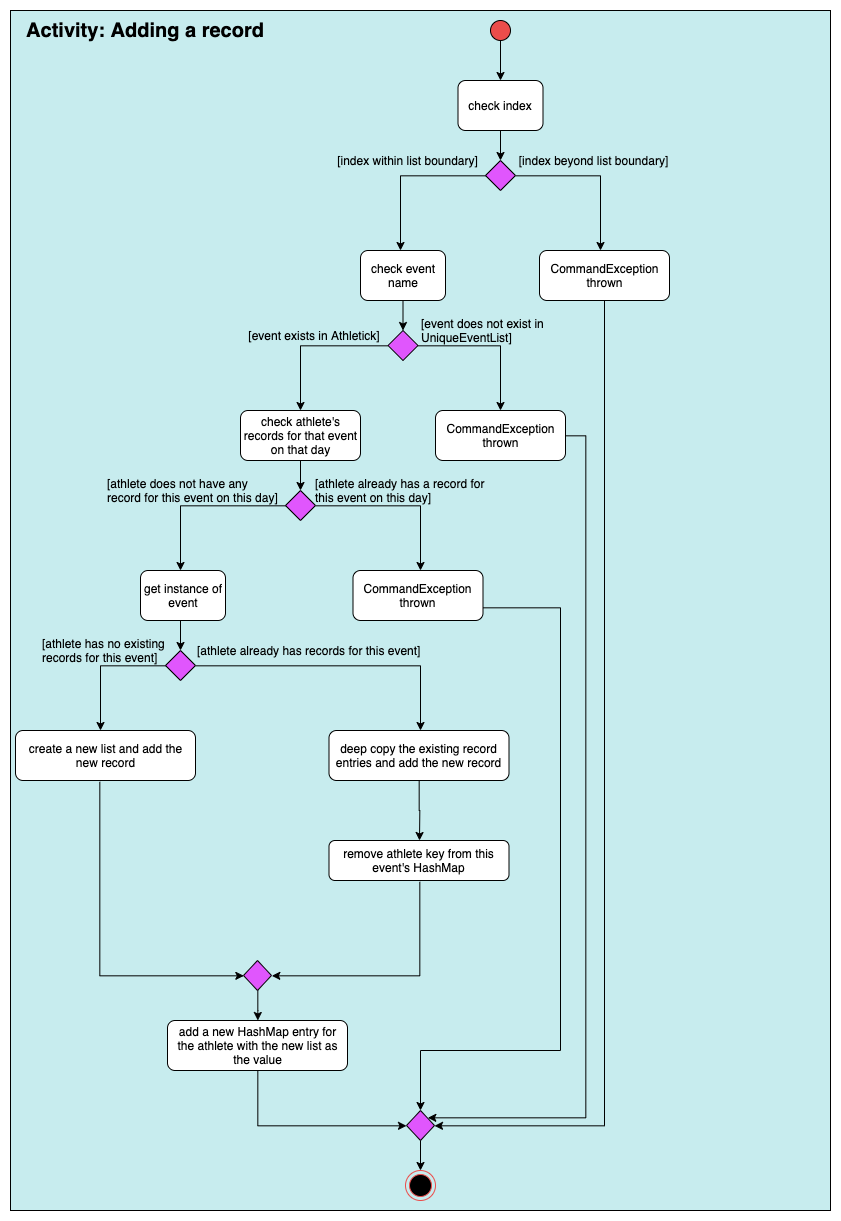
Above: docs/images/addrecord_activitydiagram.png in nus-cs2103-AY1920S1/addressbook-level3 (draw.io), before the change. Source tidied: cells renumbered, new cells last; positions are measured from the earlier drawing's top-left corner, leaving out a move shared by most shapes.
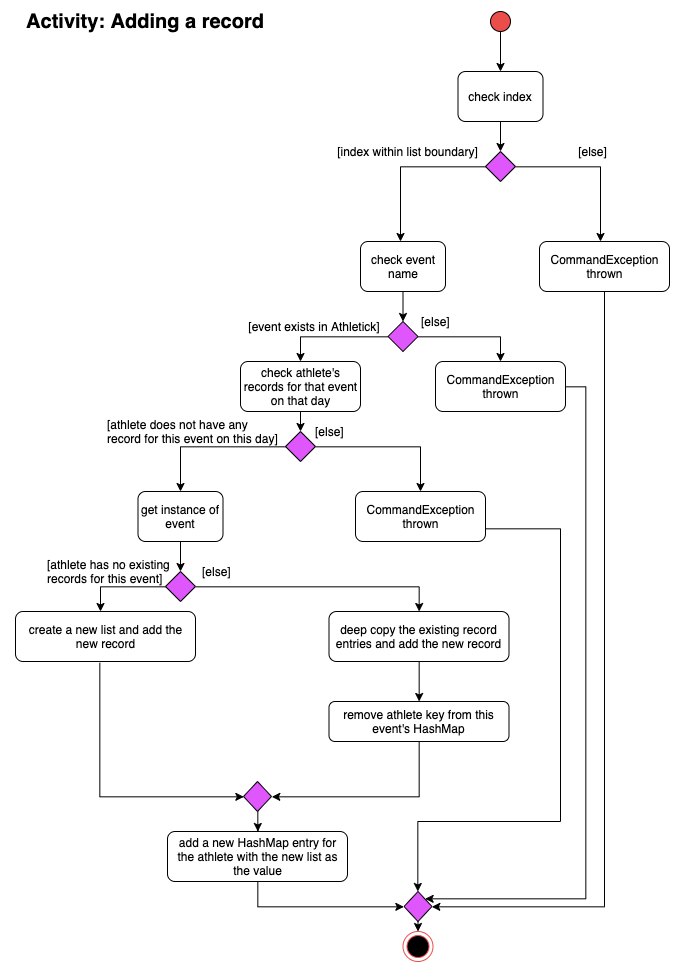
The same diagram one commit later.

Commit message:
Resize activity diagram from DG

The edit, as a diff of the source:
```diff
@@ -2,9 +2,6 @@
   <root>
     <mxCell id="0" />
     <mxCell id="1" parent="0" />
-    <mxCell id="2" value="x#7ed6df" style="rounded=0;whiteSpace=wrap;html=1;strokeColor=#000000;fillColor=#c7ecee;" parent="1" vertex="1">
-      <mxGeometry width="820" height="1200" as="geometry" />
-    </mxCell>
     <mxCell id="3" value="check index" style="rounded=1;whiteSpace=wrap;html=1;" parent="1" vertex="1">
       <mxGeometry x="447.5" y="70" width="85" height="50" as="geometry" />
     </mxCell>
@@ -33,21 +30,17 @@
     <mxCell id="10" value="[index within list boundary]" style="text;html=1;strokeColor=none;fillColor=none;align=center;verticalAlign=middle;whiteSpace=wrap;rounded=0;" parent="1" vertex="1">
       <mxGeometry x="320" y="140" width="155" height="20" as="geometry" />
     </mxCell>
-    <mxCell id="11" value="[index beyond list boundary]" style="text;html=1;strokeColor=none;fillColor=none;align=center;verticalAlign=middle;whiteSpace=wrap;rounded=0;" parent="1" vertex="1">
+    <mxCell id="11" value="[else]" style="text;html=1;strokeColor=none;fillColor=none;align=center;verticalAlign=middle;whiteSpace=wrap;rounded=0;" parent="1" vertex="1">
       <mxGeometry x="505" y="140" width="155" height="20" as="geometry" />
     </mxCell>
     <mxCell id="12" value="check event name" style="rounded=1;whiteSpace=wrap;html=1;" parent="1" vertex="1">
       <mxGeometry x="350" y="240" width="85" height="50" as="geometry" />
     </mxCell>
-    <mxCell id="13" style="edgeStyle=orthogonalEdgeStyle;rounded=0;jettySize=auto;html=1;exitX=0;exitY=0.5;exitDx=0;exitDy=0;" parent="1" edge="1" source="15">
-      <mxGeometry relative="1" as="geometry">
-        <mxPoint x="290" y="400" as="targetPoint" />
-      </mxGeometry>
+    <mxCell id="13" style="edgeStyle=orthogonalEdgeStyle;rounded=0;jettySize=auto;html=1;exitX=0;exitY=0.5;exitDx=0;exitDy=0;entryX=0.5;entryY=0;entryDx=0;entryDy=0;" parent="1" edge="1" source="15" target="19">
+      <mxGeometry relative="1" as="geometry" />
     </mxCell>
-    <mxCell id="14" style="edgeStyle=orthogonalEdgeStyle;rounded=0;jettySize=auto;html=1;exitX=1;exitY=0.5;exitDx=0;exitDy=0;" parent="1" edge="1" source="15">
-      <mxGeometry relative="1" as="geometry">
-        <mxPoint x="490" y="400" as="targetPoint" />
-      </mxGeometry>
+    <mxCell id="14" style="edgeStyle=orthogonalEdgeStyle;rounded=0;jettySize=auto;html=1;exitX=1;exitY=0.5;exitDx=0;exitDy=0;entryX=0.5;entryY=0;entryDx=0;entryDy=0;" parent="1" edge="1" source="15" target="46">
+      <mxGeometry relative="1" as="geometry" />
     </mxCell>
     <mxCell id="15" style="rhombus;whiteSpace=wrap;html=1;strokeColor=#000000;fillColor=#e056fd;" parent="1" vertex="1">
       <mxGeometry x="377.5" y="320" width="30" height="30" as="geometry" />
@@ -58,96 +51,76 @@
     <mxCell id="17" value="[event exists in Athletick]" style="text;html=1;strokeColor=none;fillColor=none;align=center;verticalAlign=middle;whiteSpace=wrap;rounded=0;" parent="1" vertex="1">
       <mxGeometry x="227.5" y="315" width="150" height="20" as="geometry" />
     </mxCell>
-    <mxCell id="18" value="[event does not exist in UniqueEventList]" style="text;html=1;strokeColor=none;fillColor=none;align=left;verticalAlign=middle;whiteSpace=wrap;rounded=0;" parent="1" vertex="1">
+    <mxCell id="18" value="[else]" style="text;html=1;strokeColor=none;fillColor=none;align=left;verticalAlign=middle;whiteSpace=wrap;rounded=0;" parent="1" vertex="1">
       <mxGeometry x="408.5" y="310" width="163" height="20" as="geometry" />
     </mxCell>
     <mxCell id="19" value="check athlete's records for that event on that day" style="rounded=1;whiteSpace=wrap;html=1;" parent="1" vertex="1">
-      <mxGeometry x="230" y="400" width="120" height="50" as="geometry" />
+      <mxGeometry x="230" y="360" width="120" height="50" as="geometry" />
     </mxCell>
-    <mxCell id="20" style="endArrow=classic;html=1;exitX=0.5;exitY=1;exitDx=0;exitDy=0;" parent="1" edge="1" source="19">
-      <mxGeometry relative="1" as="geometry">
-        <mxPoint x="290" y="480" as="targetPoint" />
-      </mxGeometry>
-    </mxCell>
-    <mxCell id="21" style="edgeStyle=orthogonalEdgeStyle;rounded=0;jettySize=auto;html=1;exitX=0;exitY=0.5;exitDx=0;exitDy=0;" parent="1" edge="1" source="23">
-      <mxGeometry relative="1" as="geometry">
-        <mxPoint x="170" y="560" as="targetPoint" />
-      </mxGeometry>
+    <mxCell id="21" style="edgeStyle=orthogonalEdgeStyle;rounded=0;jettySize=auto;html=1;exitX=0;exitY=0.5;exitDx=0;exitDy=0;entryX=0.5;entryY=0;entryDx=0;entryDy=0;" parent="1" edge="1" source="23" target="27">
+      <mxGeometry relative="1" as="geometry" />
     </mxCell>
-    <mxCell id="22" style="edgeStyle=orthogonalEdgeStyle;rounded=0;jettySize=auto;html=1;exitX=1;exitY=0.5;exitDx=0;exitDy=0;" parent="1" edge="1" source="23">
-      <mxGeometry relative="1" as="geometry">
-        <mxPoint x="410" y="560" as="targetPoint" />
-      </mxGeometry>
+    <mxCell id="22" style="edgeStyle=orthogonalEdgeStyle;rounded=0;jettySize=auto;html=1;exitX=1;exitY=0.5;exitDx=0;exitDy=0;entryX=0.5;entryY=0;entryDx=0;entryDy=0;" parent="1" edge="1" source="23" target="48">
+      <mxGeometry relative="1" as="geometry" />
     </mxCell>
-    <mxCell id="23" style="rhombus;whiteSpace=wrap;html=1;strokeColor=#000000;fillColor=#e056fd;" parent="1" vertex="1">
-      <mxGeometry x="275" y="480" width="30" height="30" as="geometry" />
-    </mxCell>
     <mxCell id="24" value="[athlete does not have any record for this event on this day]" style="text;html=1;strokeColor=none;fillColor=none;align=left;verticalAlign=middle;whiteSpace=wrap;rounded=0;" parent="1" vertex="1">
-      <mxGeometry x="95" y="470" width="180" height="20" as="geometry" />
+      <mxGeometry x="95" y="420" width="180" height="20" as="geometry" />
     </mxCell>
-    <mxCell id="25" value="[athlete already has a record for this event on this day]" style="text;html=1;strokeColor=none;fillColor=none;align=left;verticalAlign=middle;whiteSpace=wrap;rounded=0;" parent="1" vertex="1">
-      <mxGeometry x="302.5" y="470" width="180" height="20" as="geometry" />
+    <mxCell id="25" value="[else]" style="text;html=1;strokeColor=none;fillColor=none;align=left;verticalAlign=middle;whiteSpace=wrap;rounded=0;" parent="1" vertex="1">
+      <mxGeometry x="302.5" y="420" width="180" height="20" as="geometry" />
     </mxCell>
-    <mxCell id="26" style="endArrow=classic;html=1;" parent="1" edge="1">
-      <mxGeometry relative="1" as="geometry">
-        <mxPoint x="170" y="610" as="sourcePoint" />
-        <mxPoint x="170" y="640" as="targetPoint" />
-      </mxGeometry>
-    </mxCell>
     <mxCell id="27" value="get instance of event" style="rounded=1;whiteSpace=wrap;html=1;" parent="1" vertex="1">
-      <mxGeometry x="130" y="560" width="85" height="50" as="geometry" />
+      <mxGeometry x="127.5" y="490" width="85" height="50" as="geometry" />
     </mxCell>
     <mxCell id="28" style="edgeStyle=orthogonalEdgeStyle;rounded=0;jettySize=auto;html=1;exitX=0;exitY=0.5;exitDx=0;exitDy=0;" parent="1" edge="1" source="30">
       <mxGeometry relative="1" as="geometry">
-        <mxPoint x="90" y="720" as="targetPoint" />
+        <mxPoint x="90" y="610" as="targetPoint" />
       </mxGeometry>
     </mxCell>
-    <mxCell id="29" style="edgeStyle=orthogonalEdgeStyle;rounded=0;jettySize=auto;html=1;exitX=1;exitY=0.5;exitDx=0;exitDy=0;" parent="1" edge="1" source="30">
-      <mxGeometry relative="1" as="geometry">
-        <mxPoint x="410" y="720" as="targetPoint" />
-      </mxGeometry>
+    <mxCell id="29" style="edgeStyle=orthogonalEdgeStyle;rounded=0;jettySize=auto;html=1;exitX=1;exitY=0.5;exitDx=0;exitDy=0;entryX=0.5;entryY=0;entryDx=0;entryDy=0;" parent="1" edge="1" source="30" target="34">
+      <mxGeometry relative="1" as="geometry" />
     </mxCell>
+    <mxCell id="53" style="edgeStyle=orthogonalEdgeStyle;rounded=0;jettySize=auto;html=1;exitX=0.5;exitY=0;exitDx=0;exitDy=0;entryX=0.5;entryY=1;entryDx=0;entryDy=0;startArrow=classic;startFill=1;endArrow=none;endFill=0;" parent="1" edge="1" source="30" target="27">
+      <mxGeometry relative="1" as="geometry" />
+    </mxCell>
     <mxCell id="30" style="rhombus;whiteSpace=wrap;html=1;strokeColor=#000000;fillColor=#e056fd;" parent="1" vertex="1">
-      <mxGeometry x="155" y="640" width="30" height="30" as="geometry" />
+      <mxGeometry x="155" y="570" width="30" height="30" as="geometry" />
     </mxCell>
-    <mxCell id="31" value="[athlete already has records for this event]" style="text;html=1;strokeColor=none;fillColor=none;align=left;verticalAlign=middle;whiteSpace=wrap;rounded=0;" parent="1" vertex="1">
-      <mxGeometry x="185" y="630" width="235" height="20" as="geometry" />
+    <mxCell id="31" value="[else]" style="text;html=1;strokeColor=none;fillColor=none;align=left;verticalAlign=middle;whiteSpace=wrap;rounded=0;" parent="1" vertex="1">
+      <mxGeometry x="190" y="560" width="235" height="20" as="geometry" />
     </mxCell>
     <mxCell id="32" value="[athlete has no existing records for this event]" style="text;html=1;strokeColor=none;fillColor=none;align=left;verticalAlign=middle;whiteSpace=wrap;rounded=0;" parent="1" vertex="1">
-      <mxGeometry x="30" y="630" width="150" height="20" as="geometry" />
+      <mxGeometry x="35" y="560" width="150" height="20" as="geometry" />
     </mxCell>
-    <mxCell id="33" style="edgeStyle=orthogonalEdgeStyle;rounded=0;jettySize=auto;html=1;exitX=0.5;exitY=1;exitDx=0;exitDy=0;" parent="1" edge="1" source="34">
-      <mxGeometry relative="1" as="geometry">
-        <mxPoint x="409" y="830" as="targetPoint" />
-      </mxGeometry>
+    <mxCell id="33" style="edgeStyle=orthogonalEdgeStyle;rounded=0;jettySize=auto;html=1;exitX=0.5;exitY=1;exitDx=0;exitDy=0;entryX=0.5;entryY=0;entryDx=0;entryDy=0;" parent="1" edge="1" source="34" target="37">
+      <mxGeometry relative="1" as="geometry" />
     </mxCell>
     <mxCell id="34" value="deep copy the existing record entries and add the new record" style="rounded=1;whiteSpace=wrap;html=1;" parent="1" vertex="1">
-      <mxGeometry x="318.5" y="720" width="180" height="50" as="geometry" />
+      <mxGeometry x="318.5" y="610" width="180" height="50" as="geometry" />
     </mxCell>
     <mxCell id="35" value="create a new list and add the new record" style="rounded=1;whiteSpace=wrap;html=1;" parent="1" vertex="1">
-      <mxGeometry x="5" y="720" width="180" height="50" as="geometry" />
+      <mxGeometry x="5" y="610" width="180" height="50" as="geometry" />
     </mxCell>
     <mxCell id="36" style="edgeStyle=orthogonalEdgeStyle;rounded=0;jettySize=auto;html=1;exitX=0.467;exitY=1.02;exitDx=0;exitDy=0;exitPerimeter=0;entryX=0;entryY=0.5;entryDx=0;entryDy=0;" parent="1" edge="1" source="35" target="42">
       <mxGeometry relative="1" as="geometry">
         <Array as="points">
-          <mxPoint x="89" y="965" />
+          <mxPoint x="89" y="795" />
         </Array>
       </mxGeometry>
     </mxCell>
     <mxCell id="37" value="remove athlete key from this event's HashMap" style="rounded=1;whiteSpace=wrap;html=1;" parent="1" vertex="1">
-      <mxGeometry x="318.5" y="830" width="180" height="40" as="geometry" />
+      <mxGeometry x="318.5" y="700" width="180" height="40" as="geometry" />
     </mxCell>
     <mxCell id="38" style="edgeStyle=orthogonalEdgeStyle;rounded=0;jettySize=auto;html=1;exitX=0.5;exitY=1;exitDx=0;exitDy=0;entryX=0;entryY=0.5;entryDx=0;entryDy=0;" parent="1" edge="1" source="39" target="49">
       <mxGeometry relative="1" as="geometry" />
     </mxCell>
     <mxCell id="39" value="add a new HashMap entry for the athlete with the new list as the value" style="rounded=1;whiteSpace=wrap;html=1;" parent="1" vertex="1">
-      <mxGeometry x="157" y="1010" width="180" height="50" as="geometry" />
+      <mxGeometry x="157" y="830" width="180" height="50" as="geometry" />
     </mxCell>
-    <mxCell id="40" style="edgeStyle=orthogonalEdgeStyle;rounded=0;jettySize=auto;html=1;entryX=1;entryY=0.5;entryDx=0;entryDy=0;" parent="1" edge="1" target="42">
+    <mxCell id="40" style="edgeStyle=orthogonalEdgeStyle;rounded=0;jettySize=auto;html=1;entryX=1;entryY=0.5;entryDx=0;entryDy=0;exitX=0.5;exitY=1;exitDx=0;exitDy=0;" parent="1" edge="1" source="37" target="42">
       <mxGeometry relative="1" as="geometry">
-        <mxPoint x="409" y="871" as="sourcePoint" />
         <Array as="points">
-          <mxPoint x="409" y="965" />
+          <mxPoint x="409" y="795" />
         </Array>
       </mxGeometry>
     </mxCell>
@@ -155,7 +128,7 @@
       <mxGeometry relative="1" as="geometry" />
     </mxCell>
     <mxCell id="42" style="rhombus;whiteSpace=wrap;html=1;strokeColor=#000000;fillColor=#e056fd;" parent="1" vertex="1">
-      <mxGeometry x="233" y="950" width="28" height="30" as="geometry" />
+      <mxGeometry x="233" y="780" width="28" height="30" as="geometry" />
     </mxCell>
     <mxCell id="43" style="edgeStyle=orthogonalEdgeStyle;rounded=0;jettySize=auto;html=1;exitX=0.5;exitY=1;exitDx=0;exitDy=0;entryX=1;entryY=0.5;entryDx=0;entryDy=0;" parent="1" edge="1" source="44" target="49">
       <mxGeometry relative="1" as="geometry" />
@@ -166,31 +139,31 @@
     <mxCell id="45" style="edgeStyle=orthogonalEdgeStyle;rounded=0;jettySize=auto;html=1;exitX=1;exitY=0.5;exitDx=0;exitDy=0;entryX=1;entryY=0;entryDx=0;entryDy=0;" parent="1" edge="1" source="46" target="49">
       <mxGeometry relative="1" as="geometry">
         <Array as="points">
-          <mxPoint x="575" y="425" />
-          <mxPoint x="575" y="1108" />
+          <mxPoint x="575" y="385" />
+          <mxPoint x="575" y="897" />
         </Array>
       </mxGeometry>
     </mxCell>
     <mxCell id="46" value="CommandException thrown" style="rounded=1;whiteSpace=wrap;html=1;" parent="1" vertex="1">
-      <mxGeometry x="425" y="400" width="130" height="50" as="geometry" />
+      <mxGeometry x="425" y="360" width="130" height="50" as="geometry" />
     </mxCell>
     <mxCell id="47" style="edgeStyle=orthogonalEdgeStyle;rounded=0;jettySize=auto;html=1;exitX=1;exitY=0.75;exitDx=0;exitDy=0;entryX=0.5;entryY=0;entryDx=0;entryDy=0;" parent="1" edge="1" source="48" target="49">
       <mxGeometry relative="1" as="geometry">
         <Array as="points">
-          <mxPoint x="550" y="598" />
-          <mxPoint x="550" y="1040" />
-          <mxPoint x="410" y="1040" />
+          <mxPoint x="550" y="527" />
+          <mxPoint x="550" y="820" />
+          <mxPoint x="407" y="820" />
         </Array>
       </mxGeometry>
     </mxCell>
     <mxCell id="48" value="CommandException thrown" style="rounded=1;whiteSpace=wrap;html=1;" parent="1" vertex="1">
-      <mxGeometry x="342.5" y="560" width="130" height="50" as="geometry" />
+      <mxGeometry x="345" y="490" width="130" height="50" as="geometry" />
     </mxCell>
     <mxCell id="49" style="rhombus;whiteSpace=wrap;html=1;strokeColor=#000000;fillColor=#e056fd;" parent="1" vertex="1">
-      <mxGeometry x="396" y="1100" width="28" height="30" as="geometry" />
+      <mxGeometry x="393.5" y="890" width="28" height="30" as="geometry" />
     </mxCell>
     <mxCell id="50" style="ellipse;html=1;shape=endState;fillColor=#000000;strokeColor=#eb4d4b;" parent="1" vertex="1">
-      <mxGeometry x="395" y="1160" width="30" height="30" as="geometry" />
+      <mxGeometry x="392.5" y="930" width="30" height="30" as="geometry" />
     </mxCell>
     <mxCell id="51" value="&lt;font style=&quot;font-size: 20px&quot;&gt;&lt;b&gt;Activity: Adding a record&lt;/b&gt;&lt;/font&gt;" style="text;html=1;strokeColor=none;fillColor=none;align=center;verticalAlign=middle;whiteSpace=wrap;rounded=0;" parent="1" vertex="1">
       <mxGeometry y="10" width="270" height="20" as="geometry" />
@@ -198,5 +171,11 @@
     <mxCell id="52" style="endArrow=classic;html=1;exitX=0.5;exitY=1;exitDx=0;exitDy=0;entryX=0.5;entryY=0;entryDx=0;entryDy=0;" parent="1" edge="1" source="49" target="50">
       <mxGeometry relative="1" as="geometry" />
     </mxCell>
+    <mxCell id="23" style="rhombus;whiteSpace=wrap;html=1;strokeColor=#000000;fillColor=#e056fd;" parent="1" vertex="1">
+      <mxGeometry x="275" y="430" width="30" height="30" as="geometry" />
+    </mxCell>
+    <mxCell id="54" style="endArrow=classic;html=1;exitX=0.5;exitY=1;exitDx=0;exitDy=0;" parent="1" edge="1" source="19" target="23">
+      <mxGeometry relative="1" as="geometry" />
+    </mxCell>
   </root>
 </mxGraphModel>
```
